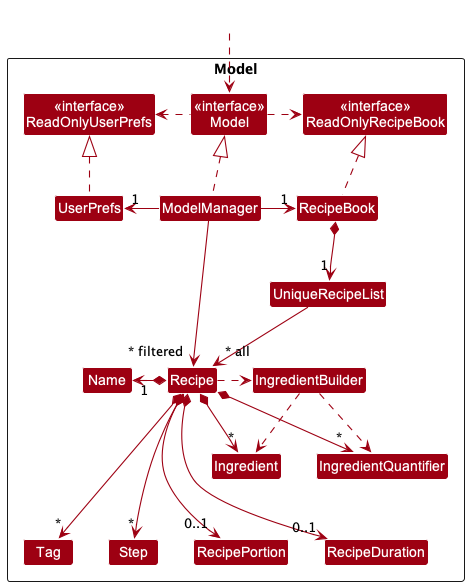
This is docs/images/ModelClassDiagram.png from AY2223S2-CS2103-T13-2/tp, a PlantUML export, as it was before one commit.
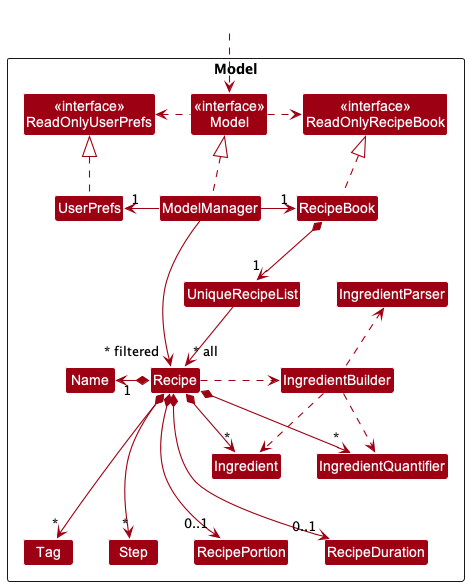
After the commit.

Commit message:
Add IngredientParser to `Model` CD

The edit, as a diff of the source:
```diff
@@ -20,8 +20,9 @@
 Class Tag
 Class Step
 Class Ingredient
+Class IngredientBuilder
+Class IngredientParser
 Class IngredientQuantifier
-Class IngredientBuilder
 }
 
 Class HiddenOutside #FFFFFF
@@ -50,6 +51,6 @@
 
 IngredientBuilder ..> Ingredient
 IngredientBuilder ..> IngredientQuantifier
-
+IngredientBuilder .u.> IngredientParser
 ModelManager -->"~* filtered" Recipe
 @enduml
```
